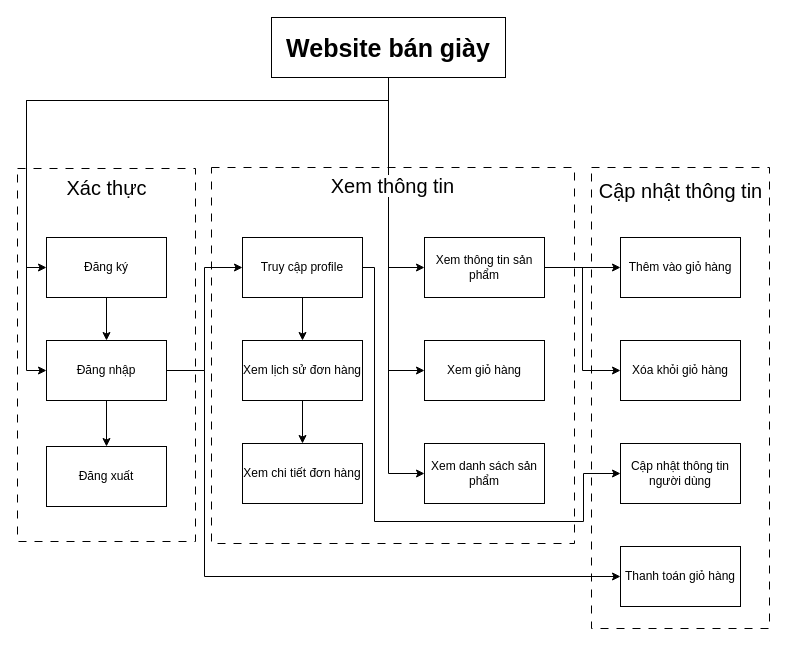
Above: page "Page-1" (1 of 2) of zzz.drawio in ippapi/new_code (draw.io), before the change. Source tidied: cells renumbered, new cells numbered last; positions are measured from the earlier drawing's top-left corner, leaving out a move shared by most shapes. Both pictures are drawn from the tidied source at 100%, with x=0, y=0 at pixel (17, 17).
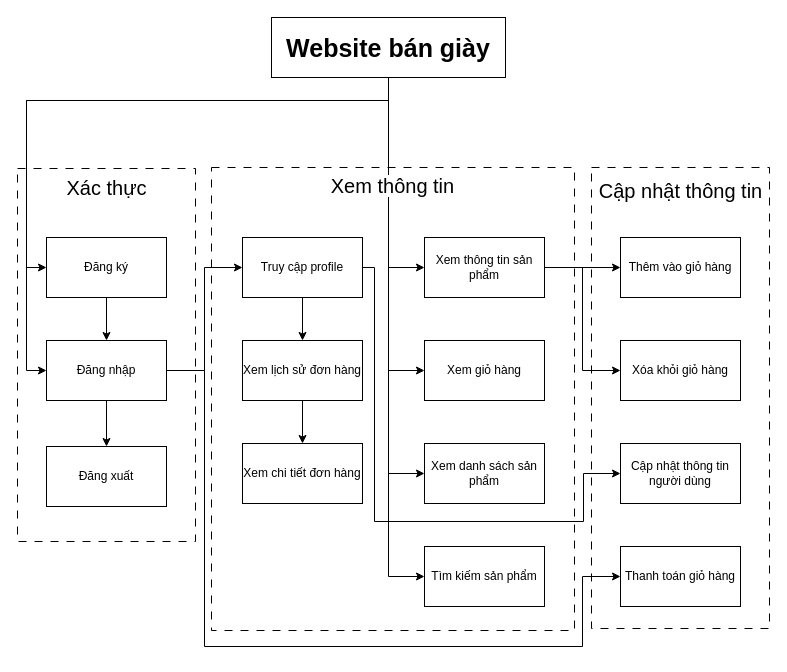
The same diagram, later.

Unchanged cells that the change refers to:
```xml
<mxCell id="10" value="&lt;b&gt;&lt;font style=&quot;font-size: 25px;&quot;&gt;Website bán giày&lt;/font&gt;&lt;/b&gt;" style="rounded=0;whiteSpace=wrap;html=1;" parent="1" vertex="1">
  <mxGeometry x="254" width="234" height="60" as="geometry" />
</mxCell>
<mxCell id="14" value="Đăng nhập" style="rounded=0;whiteSpace=wrap;html=1;" parent="1" vertex="1">
  <mxGeometry x="29" y="323" width="120" height="60" as="geometry" />
</mxCell>
<mxCell id="25" value="Thanh toán giỏ hàng" style="rounded=0;whiteSpace=wrap;html=1;" parent="1" vertex="1">
  <mxGeometry x="603" y="529" width="120" height="60" as="geometry" />
</mxCell>
```

The edit, as a diff of the source:
```diff
@@
     <mxCell id="3" style="rounded=0;whiteSpace=wrap;html=1;dashed=1;dashPattern=8 8;" parent="1" vertex="1">
-      <mxGeometry x="194" y="150" width="363" height="376" as="geometry" />
+      <mxGeometry x="194" y="150" width="363" height="463" as="geometry" />
     </mxCell>
@@
+    <mxCell id="36" style="edgeStyle=orthogonalEdgeStyle;rounded=0;jettySize=auto;html=1;entryX=0;entryY=0.5;entryDx=0;entryDy=0;" parent="1" edge="1" source="10" target="37">
+      <mxGeometry relative="1" as="geometry" />
+    </mxCell>
@@
     <mxCell id="13" style="edgeStyle=orthogonalEdgeStyle;rounded=0;jettySize=auto;html=1;entryX=0;entryY=0.5;entryDx=0;entryDy=0;" parent="1" edge="1" source="14" target="25">
       <mxGeometry relative="1" as="geometry">
         <Array as="points">
           <mxPoint x="187" y="353" />
-          <mxPoint x="187" y="559" />
+          <mxPoint x="187" y="629" />
+          <mxPoint x="565" y="629" />
+          <mxPoint x="565" y="559" />
         </Array>
       </mxGeometry>
     </mxCell>
@@
+    <mxCell id="37" value="Tìm kiếm sản phẩm" style="rounded=0;whiteSpace=wrap;html=1;" parent="1" vertex="1">
+      <mxGeometry x="407" y="529" width="120" height="60" as="geometry" />
+    </mxCell>
```
